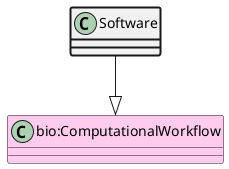
Above: ttl_uml/ttl_appn_Software.png in aus-plant-phenomics-network/appn-schema (PlantUML), before the change.
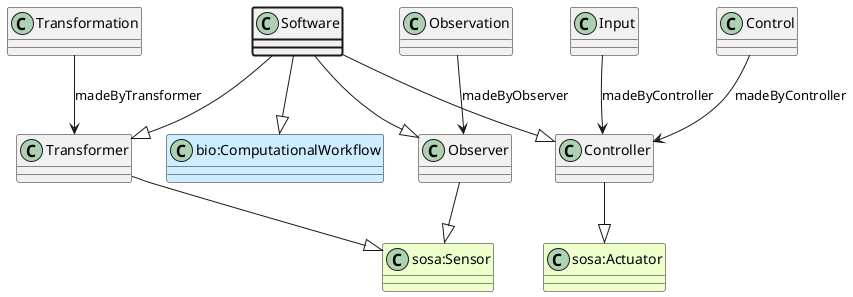
The same file after the commit.

Diff of the diagram source:
```diff
@@ -1,5 +1,25 @@
 @startuml
 class Software  #line.bold
-class "bio:ComputationalWorkflow" #FFCCEE
+class "bio:ComputationalWorkflow" #CCEEFF
 Software --|> "bio:ComputationalWorkflow"
+class Observer
+class "sosa:Sensor" #EEFFCC
+Observer --|> "sosa:Sensor"
+class Observation
+Observation --> Observer : madeByObserver
+Software --|> Observer
+class Controller
+class "sosa:Actuator" #EEFFCC
+Controller --|> "sosa:Actuator"
+class Control
+Control --> Controller : madeByController
+class Input
+Input --> Controller : madeByController
+Software --|> Controller
+class Transformer
+class "sosa:Sensor" #EEFFCC
+Transformer --|> "sosa:Sensor"
+class Transformation
+Transformation --> Transformer : madeByTransformer
+Software --|> Transformer
 @enduml
```
